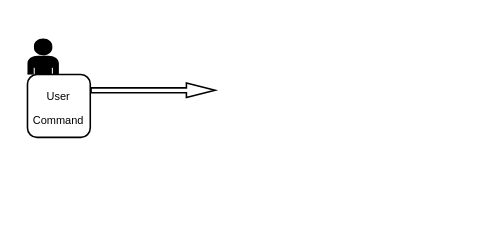
The draw.io diagram 2_AP/MAS架构图.drawio in youmiwei/drawio, before the edit. Source tidied: cells renumbered, new cells numbered last; positions are measured from the earlier drawing's top-left corner, leaving out a move shared by most shapes. Both pictures are drawn from the tidied source at 157%, with x=0, y=0 at pixel (27, 38).
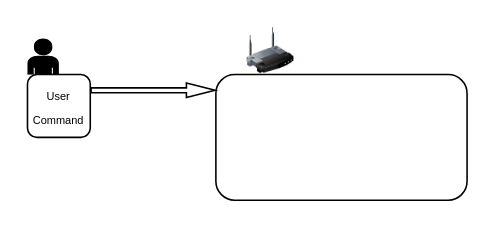
The same diagram, later.

Commit message (it also covers changes not shown here):
更新MAS架构图.drawio

The edit, as a diff of the source:
```diff
@@
 <mxGraphModel>
   <root>
     <mxCell id="0" />
     <mxCell id="1" parent="0" />
     <mxCell id="2" value="&lt;font style=&quot;font-size: 7px;&quot;&gt;User&lt;/font&gt;&lt;div&gt;&lt;font style=&quot;font-size: 7px;&quot;&gt;Command&lt;/font&gt;&lt;/div&gt;" style="rounded=1;whiteSpace=wrap;html=1;" parent="1" vertex="1">
       <mxGeometry y="23" width="40" height="40" as="geometry" />
     </mxCell>
     <mxCell id="3" style="dashed=0;verticalLabelPosition=bottom;verticalAlign=top;align=center;html=1;shape=mxgraph.aws3.user;fillColor=#000000;strokeColor=#d79b00;" parent="1" vertex="1">
       <mxGeometry width="20" height="23" as="geometry" />
     </mxCell>
     <mxCell id="4" style="shape=flexArrow;endArrow=classic;html=1;rounded=0;width=3.0463576158940397;endSize=5.757615894039735;endWidth=5.291873163457743;" parent="1" edge="1">
       <mxGeometry relative="1" as="geometry">
         <mxPoint x="40" y="33" as="sourcePoint" />
         <mxPoint x="120" y="33" as="targetPoint" />
       </mxGeometry>
     </mxCell>
+    <mxCell id="5" style="image;html=1;image=img/lib/clip_art/networking/Wireless_Router_128x128.png;" parent="1" vertex="1">
+      <mxGeometry x="140" y="-7" width="30" height="30" as="geometry" />
+    </mxCell>
+    <mxCell id="6" style="rounded=1;whiteSpace=wrap;html=1;fillColor=none;" parent="1" vertex="1">
+      <mxGeometry x="120" y="23" width="160" height="80" as="geometry" />
+    </mxCell>
   </root>
 </mxGraphModel>
```
